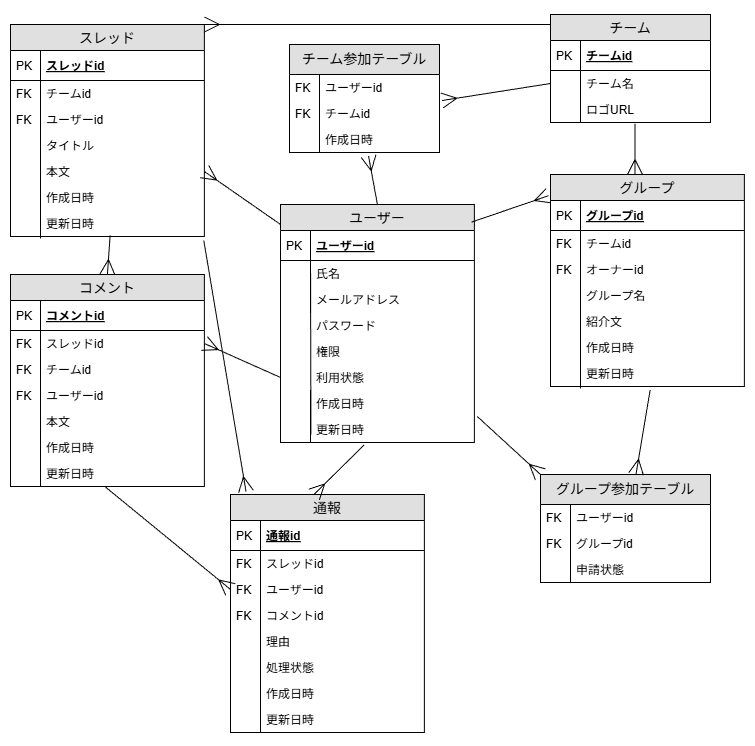
This is docs/images/er_diagram.png from theobuzz14-cmyk/premier_hub, a draw.io export, as it was before one commit. Source tidied: cells renumbered, new cells last; positions are measured from the earlier drawing's top-left corner, leaving out a move shared by most shapes.
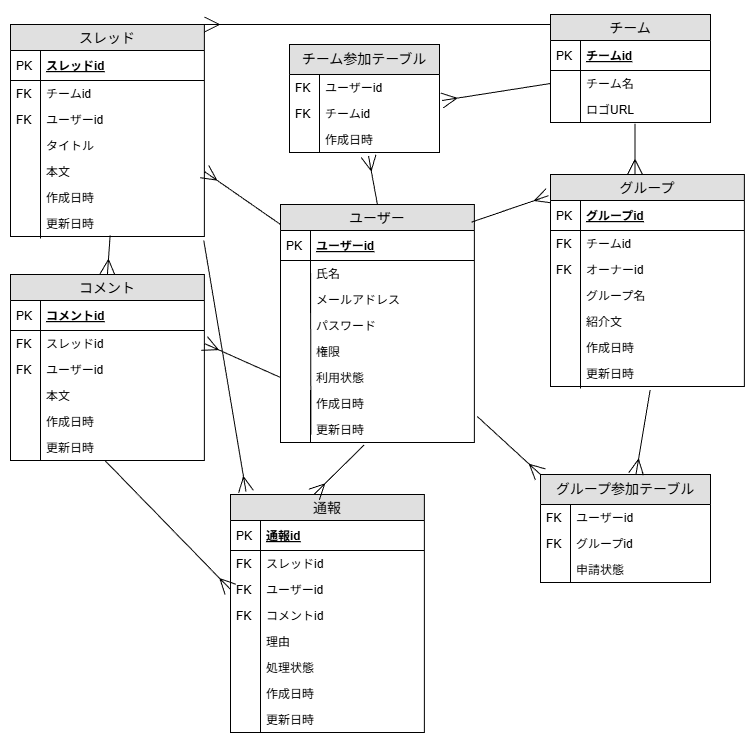
Above is the later version.

Commit message:
[update]ER図の修正（commentsテーブルからFK team_idを削除）

Diff of the diagram source:
```diff
@@ -120,7 +120,7 @@
       <mxGeometry width="30" height="26" as="geometry" />
     </mxCell>
     <mxCell id="38" value="コメント" style="swimlane;fontStyle=0;horizontal=1;startSize=26;fillColor=#e0e0e0;swimlaneFillColor=#ffffff;align=center;fontSize=14;" parent="1" vertex="1">
-      <mxGeometry y="260" width="193.8" height="212" as="geometry" />
+      <mxGeometry y="260" width="193.8" height="186" as="geometry" />
     </mxCell>
     <mxCell id="39" value="コメントid" style="shape=partialRectangle;top=0;left=0;right=0;bottom=1;align=left;verticalAlign=middle;fillColor=none;spacingLeft=34;spacingRight=4;overflow=hidden;fontStyle=5;fontSize=12;" parent="38" vertex="1">
       <mxGeometry y="26" width="193.8" height="30" as="geometry" />
@@ -134,12 +134,6 @@
     <mxCell id="42" value="FK" style="shape=partialRectangle;top=0;left=0;bottom=0;fillColor=none;align=left;verticalAlign=top;spacingLeft=4;spacingRight=4;overflow=hidden;fontSize=12;" parent="41" vertex="1">
       <mxGeometry width="30" height="26" as="geometry" />
     </mxCell>
-    <mxCell id="43" value="チームid" style="shape=partialRectangle;top=0;left=0;right=0;bottom=0;align=left;verticalAlign=top;fillColor=none;spacingLeft=34;spacingRight=4;overflow=hidden;fontSize=12;fontColor=#000000;" parent="38" vertex="1">
-      <mxGeometry y="82" width="193.8" height="26" as="geometry" />
-    </mxCell>
-    <mxCell id="44" value="FK" style="shape=partialRectangle;top=0;left=0;bottom=0;fillColor=none;align=left;verticalAlign=top;spacingLeft=4;spacingRight=4;overflow=hidden;fontSize=12;" parent="43" vertex="1">
-      <mxGeometry width="30" height="26" as="geometry" />
-    </mxCell>
     <mxCell id="45" style="endArrow=none;html=1;rounded=0;" parent="38" edge="1">
       <mxGeometry relative="1" as="geometry">
         <mxPoint x="30" y="146" as="sourcePoint" />
@@ -147,25 +141,25 @@
       </mxGeometry>
     </mxCell>
     <mxCell id="46" value="ユーザーid" style="shape=partialRectangle;top=0;left=0;right=0;bottom=0;align=left;verticalAlign=top;fillColor=none;spacingLeft=34;spacingRight=4;overflow=hidden;fontSize=12;" parent="38" vertex="1">
-      <mxGeometry y="108" width="193.8" height="26" as="geometry" />
+      <mxGeometry y="82" width="193.8" height="26" as="geometry" />
     </mxCell>
     <mxCell id="47" value="FK" style="shape=partialRectangle;top=0;left=0;bottom=0;fillColor=none;align=left;verticalAlign=top;spacingLeft=4;spacingRight=4;overflow=hidden;fontSize=12;" parent="46" vertex="1">
       <mxGeometry width="30" height="26" as="geometry" />
     </mxCell>
-    <mxCell id="48" style="endArrow=none;html=1;rounded=0;" parent="38" edge="1">
-      <mxGeometry relative="1" as="geometry">
-        <mxPoint x="30" y="208" as="sourcePoint" />
-        <mxPoint x="30" y="138" as="targetPoint" />
-      </mxGeometry>
-    </mxCell>
     <mxCell id="49" value="本文" style="shape=partialRectangle;top=0;left=0;right=0;bottom=0;align=left;verticalAlign=top;fillColor=none;spacingLeft=34;spacingRight=4;overflow=hidden;fontSize=12;" parent="38" vertex="1">
-      <mxGeometry y="134" width="193.8" height="26" as="geometry" />
+      <mxGeometry y="108" width="193.8" height="26" as="geometry" />
     </mxCell>
     <mxCell id="50" value="作成日時" style="shape=partialRectangle;top=0;left=0;right=0;bottom=0;align=left;verticalAlign=top;fillColor=none;spacingLeft=34;spacingRight=4;overflow=hidden;fontSize=12;strokeColor=default;labelBorderColor=none;labelBackgroundColor=none;fontColor=default;" parent="38" vertex="1">
-      <mxGeometry y="160" width="193.8" height="26" as="geometry" />
+      <mxGeometry y="134" width="193.8" height="26" as="geometry" />
     </mxCell>
+    <mxCell id="48" style="endArrow=none;html=1;rounded=0;" parent="38" edge="1">
+      <mxGeometry relative="1" as="geometry">
+        <mxPoint x="30" y="178" as="sourcePoint" />
+        <mxPoint x="30" y="108" as="targetPoint" />
+      </mxGeometry>
+    </mxCell>
     <mxCell id="51" value="更新日時" style="shape=partialRectangle;top=0;left=0;right=0;bottom=0;align=left;verticalAlign=top;fillColor=none;spacingLeft=34;spacingRight=4;overflow=hidden;points=[[0,0.5],[1,0.5]];portConstraint=eastwest;fontSize=12;" parent="38" vertex="1">
-      <mxGeometry y="186" width="193.8" height="26" as="geometry" />
+      <mxGeometry y="160" width="193.8" height="26" as="geometry" />
     </mxCell>
     <mxCell id="52" style="shape=partialRectangle;top=0;left=0;bottom=0;fillColor=none;align=left;verticalAlign=top;spacingLeft=4;spacingRight=4;overflow=hidden;fontSize=12;" parent="51" vertex="1">
       <mxGeometry width="30" height="26" as="geometry" />
```
